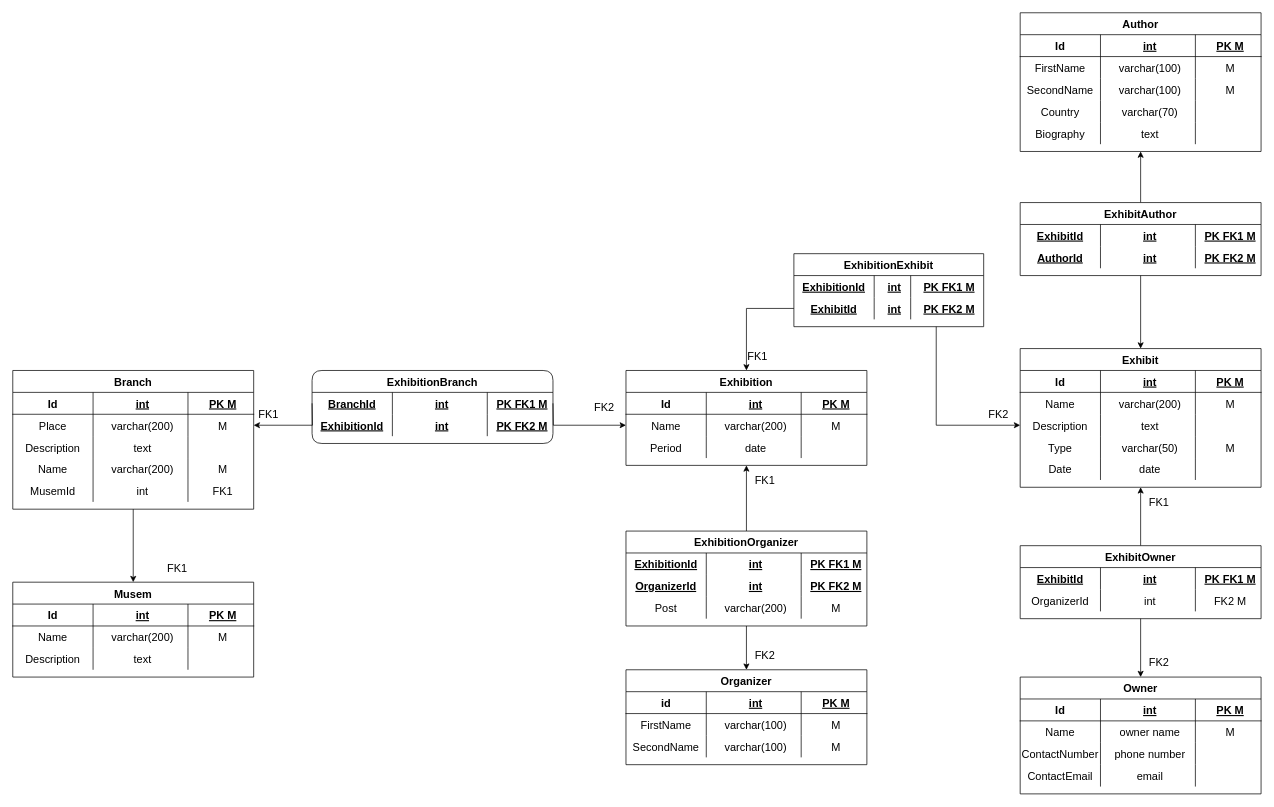
This is Musem PDM.drawio from sergalb/db-musem-project, a draw.io file, before an edit. Source tidied: cells renumbered, new cells numbered last; positions are measured from the earlier drawing's top-left corner, leaving out a move shared by most shapes. Both pictures are drawn from the tidied source at 73%, with x=0, y=0 at pixel (12, 12).
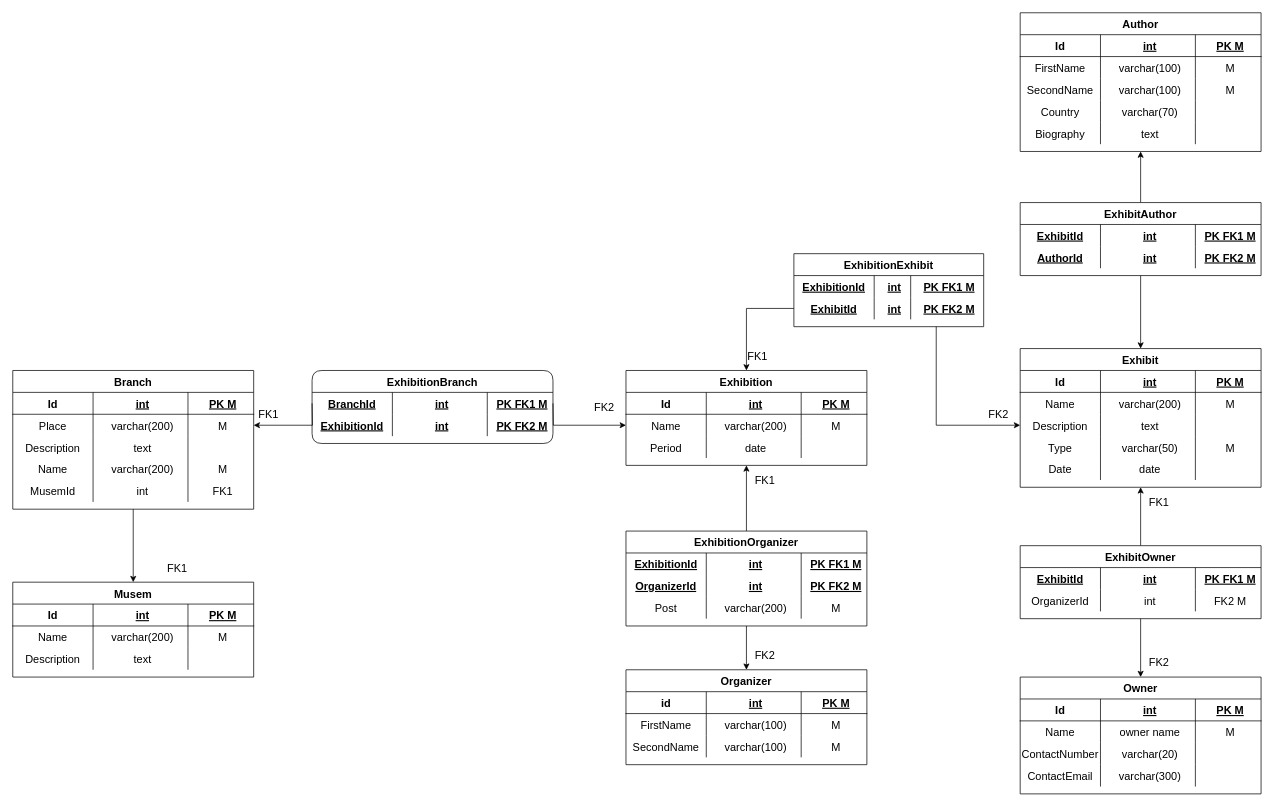
Above is the later version.

The change refers to these unchanged cells:
```xml
<mxCell id="171" style="shape=partialRectangle;fillColor=none;top=0;left=0;bottom=0;right=0;align=center;fontSize=15;" parent="162" vertex="1">
  <mxGeometry y="90" width="330" height="30" as="geometry" />
</mxCell>
<mxCell id="175" style="shape=partialRectangle;fillColor=none;top=0;left=0;bottom=0;right=0;align=center;fontSize=15;" parent="162" vertex="1">
  <mxGeometry y="120" width="330" height="30" as="geometry" />
</mxCell>
```

The edit, as a diff of the source:
```diff
@@
-    <mxCell id="173" value="phone number" style="shape=partialRectangle;fillColor=none;top=0;left=0;bottom=0;right=0;align=center;spacingLeft=6;overflow=hidden;fontSize=15;" parent="171" vertex="1">
+    <mxCell id="173" value="varchar(20)" style="shape=partialRectangle;fillColor=none;top=0;left=0;bottom=0;right=0;align=center;spacingLeft=6;overflow=hidden;fontSize=15;" parent="171" vertex="1">
       <mxGeometry x="110" width="130" height="30" as="geometry" />
     </mxCell>
@@
-    <mxCell id="177" value="email" style="shape=partialRectangle;fillColor=none;top=0;left=0;bottom=0;right=0;align=center;spacingLeft=6;overflow=hidden;fontSize=15;" parent="175" vertex="1">
+    <mxCell id="177" value="varchar(300)" style="shape=partialRectangle;fillColor=none;top=0;left=0;bottom=0;right=0;align=center;spacingLeft=6;overflow=hidden;fontSize=15;" parent="175" vertex="1">
       <mxGeometry x="110" width="130" height="30" as="geometry" />
     </mxCell>
```
